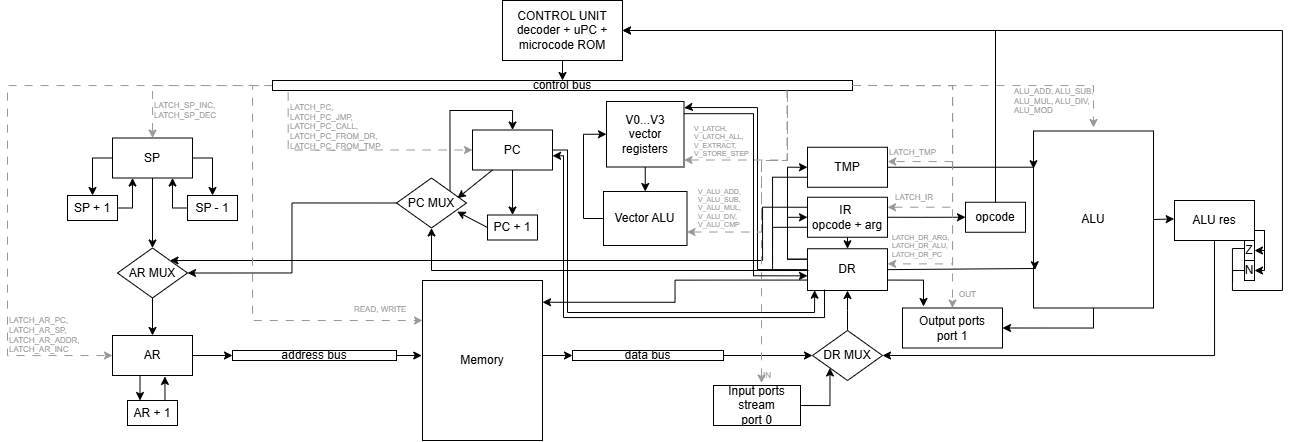
Before: docs/img/datapath.png, a diagram exported from draw.io (kr1v0mr0/lab4csa). Source tidied: cells renumbered, new cells last; positions are measured from the earlier drawing's top-left corner, leaving out a move shared by most shapes.
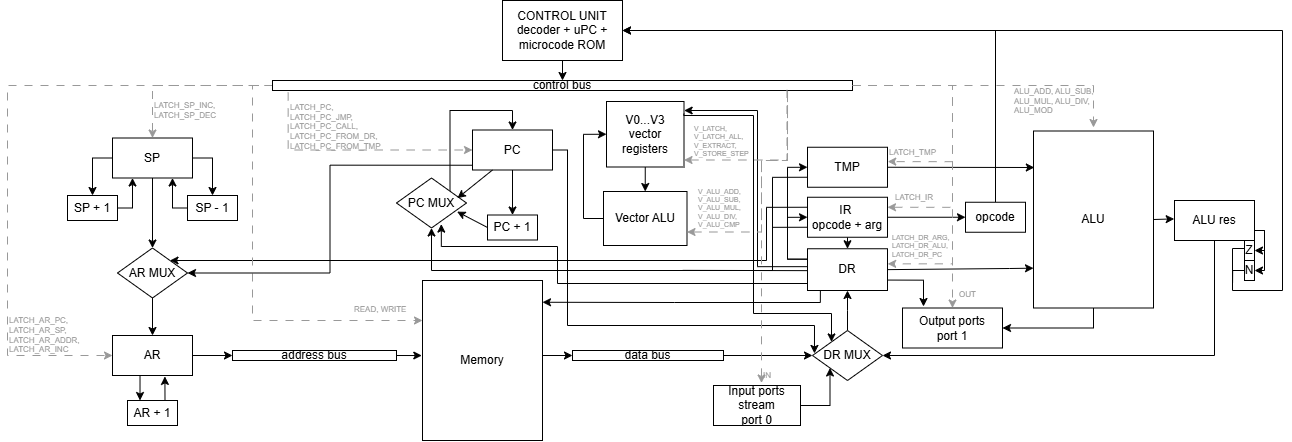
Later version of the same file.

Commit message:
Update README and datapath diagram

What changed in the source:
```diff
@@ -71,12 +71,12 @@
         <mxPoint x="916" y="306" as="targetPoint" />
       </mxGeometry>
     </mxCell>
-    <mxCell id="19" style="edgeStyle=orthogonalEdgeStyle;rounded=0;jettySize=auto;html=1;exitX=0;exitY=0.5;exitDx=0;exitDy=0;entryX=1.002;entryY=0.097;entryDx=0;entryDy=0;entryPerimeter=0;" parent="1" edge="1" source="20" target="39">
+    <mxCell id="19" style="edgeStyle=orthogonalEdgeStyle;rounded=0;jettySize=auto;html=1;exitX=-0.002;exitY=0.429;exitDx=0;exitDy=0;entryX=1.001;entryY=0.127;entryDx=0;entryDy=0;entryPerimeter=0;jumpStyle=arc;exitPerimeter=0;" parent="1" edge="1" source="20" target="39">
       <mxGeometry relative="1" as="geometry">
         <Array as="points">
-          <mxPoint x="750" y="269" />
-          <mxPoint x="750" y="107" />
-          <mxPoint x="679" y="107" />
+          <mxPoint x="750" y="266" />
+          <mxPoint x="750" y="110" />
+          <mxPoint x="677" y="110" />
         </Array>
       </mxGeometry>
     </mxCell>
@@ -98,8 +98,8 @@
     <mxCell id="23" style="edgeStyle=orthogonalEdgeStyle;rounded=0;jettySize=auto;html=1;exitX=0;exitY=0.25;exitDx=0;exitDy=0;entryX=1;entryY=0;entryDx=0;entryDy=0;" parent="1" edge="1" source="25" target="48">
       <mxGeometry relative="1" as="geometry">
         <Array as="points">
-          <mxPoint x="755" y="207" />
-          <mxPoint x="755" y="260" />
+          <mxPoint x="759" y="207" />
+          <mxPoint x="759" y="260" />
         </Array>
       </mxGeometry>
     </mxCell>
@@ -109,7 +109,7 @@
     <mxCell id="25" value="IR&amp;nbsp;&lt;div&gt;opcode + arg&lt;/div&gt;" style="rounded=0;whiteSpace=wrap;html=1;" parent="1" vertex="1">
       <mxGeometry x="800" y="196.8" width="80" height="40" as="geometry" />
     </mxCell>
-    <mxCell id="26" style="edgeStyle=orthogonalEdgeStyle;rounded=0;jettySize=auto;html=1;exitX=0;exitY=0.75;exitDx=0;exitDy=0;endArrow=none;endFill=0;" parent="1" edge="1" source="27">
+    <mxCell id="26" style="edgeStyle=orthogonalEdgeStyle;rounded=0;jettySize=auto;html=1;exitX=0;exitY=0.75;exitDx=0;exitDy=0;endArrow=none;endFill=0;jumpStyle=none;" parent="1" edge="1" source="27">
       <mxGeometry relative="1" as="geometry">
         <mxPoint x="765" y="260" as="targetPoint" />
       </mxGeometry>
@@ -275,7 +275,7 @@
     <mxCell id="66" style="edgeStyle=orthogonalEdgeStyle;rounded=0;orthogonalLoop=1;jettySize=auto;html=1;exitX=0.5;exitY=1;exitDx=0;exitDy=0;" parent="1" edge="1" source="27" target="27">
       <mxGeometry relative="1" as="geometry" />
     </mxCell>
-    <mxCell id="67" style="edgeStyle=orthogonalEdgeStyle;rounded=0;jettySize=auto;html=1;exitX=0;exitY=0.5;exitDx=0;exitDy=0;entryX=1;entryY=0.5;entryDx=0;entryDy=0;" parent="1" edge="1" source="69" target="48">
+    <mxCell id="67" style="edgeStyle=orthogonalEdgeStyle;rounded=0;jettySize=auto;html=1;entryX=1;entryY=0.5;entryDx=0;entryDy=0;exitX=0.014;exitY=0.881;exitDx=0;exitDy=0;exitPerimeter=0;" parent="1" edge="1" source="72" target="48">
       <mxGeometry relative="1" as="geometry" />
     </mxCell>
     <mxCell id="68" style="edgeStyle=orthogonalEdgeStyle;rounded=0;jettySize=auto;html=1;exitX=1;exitY=0;exitDx=0;exitDy=0;entryX=0.5;entryY=0;entryDx=0;entryDy=0;" parent="1" edge="1" target="72">
@@ -293,12 +293,12 @@
     <mxCell id="70" style="edgeStyle=orthogonalEdgeStyle;rounded=0;jettySize=auto;html=1;exitX=0.5;exitY=1;exitDx=0;exitDy=0;entryX=0.5;entryY=0;entryDx=0;entryDy=0;" parent="1" edge="1" source="72" target="73">
       <mxGeometry relative="1" as="geometry" />
     </mxCell>
-    <mxCell id="71" style="edgeStyle=orthogonalEdgeStyle;rounded=0;jettySize=auto;html=1;exitX=1;exitY=0.5;exitDx=0;exitDy=0;entryX=0.089;entryY=0.993;entryDx=0;entryDy=0;entryPerimeter=0;" parent="1" edge="1" source="72" target="20">
+    <mxCell id="71" style="edgeStyle=orthogonalEdgeStyle;rounded=0;jettySize=auto;html=1;exitX=1;exitY=0.5;exitDx=0;exitDy=0;entryX=0.028;entryY=0.459;entryDx=0;entryDy=0;entryPerimeter=0;" parent="1" edge="1" source="72" target="50">
       <mxGeometry relative="1" as="geometry">
         <Array as="points">
-          <mxPoint x="560" y="149" />
-          <mxPoint x="560" y="312" />
-          <mxPoint x="807" y="312" />
+          <mxPoint x="560" y="150" />
+          <mxPoint x="560" y="325" />
+          <mxPoint x="807" y="325" />
         </Array>
       </mxGeometry>
     </mxCell>
@@ -318,27 +318,33 @@
         <mxPoint x="449.6" y="211.1" as="targetPoint" />
       </mxGeometry>
     </mxCell>
-    <mxCell id="76" style="rounded=0;jettySize=auto;html=1;exitX=0;exitY=0.75;exitDx=0;exitDy=0;entryX=1;entryY=0.136;entryDx=0;entryDy=0;entryPerimeter=0;edgeStyle=orthogonalEdgeStyle;" parent="1" edge="1" source="20" target="2">
-      <mxGeometry relative="1" as="geometry" />
+    <mxCell id="76" style="rounded=0;jettySize=auto;html=1;exitX=0.161;exitY=0.998;exitDx=0;exitDy=0;entryX=1;entryY=0.136;entryDx=0;entryDy=0;entryPerimeter=0;edgeStyle=orthogonalEdgeStyle;exitPerimeter=0;" parent="1" edge="1" source="20" target="2">
+      <mxGeometry relative="1" as="geometry">
+        <Array as="points">
+          <mxPoint x="813" y="302" />
+          <mxPoint x="667" y="302" />
+        </Array>
+      </mxGeometry>
     </mxCell>
-    <mxCell id="77" style="edgeStyle=orthogonalEdgeStyle;rounded=0;jettySize=auto;html=1;exitX=1;exitY=0.5;exitDx=0;exitDy=0;entryX=0;entryY=0.213;entryDx=0;entryDy=0;entryPerimeter=0;" parent="1" edge="1" source="27" target="30">
+    <mxCell id="77" style="edgeStyle=orthogonalEdgeStyle;rounded=0;jettySize=auto;html=1;exitX=1;exitY=0.5;exitDx=0;exitDy=0;entryX=0.007;entryY=0.206;entryDx=0;entryDy=0;entryPerimeter=0;" parent="1" edge="1" source="27" target="30">
       <mxGeometry relative="1" as="geometry">
         <Array as="points">
-          <mxPoint x="1026" y="167" />
+          <mxPoint x="1027" y="167" />
         </Array>
       </mxGeometry>
     </mxCell>
-    <mxCell id="78" style="edgeStyle=orthogonalEdgeStyle;rounded=0;jettySize=auto;html=1;exitX=1;exitY=0.5;exitDx=0;exitDy=0;entryX=0.012;entryY=0.784;entryDx=0;entryDy=0;entryPerimeter=0;" parent="1" edge="1" source="20" target="30">
+    <mxCell id="78" style="edgeStyle=orthogonalEdgeStyle;rounded=0;jettySize=auto;html=1;exitX=1;exitY=0.5;exitDx=0;exitDy=0;entryX=0;entryY=0.775;entryDx=0;entryDy=0;entryPerimeter=0;" parent="1" edge="1" source="20" target="30">
       <mxGeometry relative="1" as="geometry">
         <Array as="points">
           <mxPoint x="880" y="268" />
+          <mxPoint x="1002" y="268" />
         </Array>
       </mxGeometry>
     </mxCell>
-    <mxCell id="79" style="endArrow=none;html=1;rounded=0;" parent="1" edge="1">
+    <mxCell id="79" style="endArrow=none;html=1;rounded=0;entryX=-0.002;entryY=0.528;entryDx=0;entryDy=0;entryPerimeter=0;" parent="1" edge="1">
       <mxGeometry relative="1" as="geometry">
-        <mxPoint x="675" y="270" as="sourcePoint" />
-        <mxPoint x="801" y="270" as="targetPoint" />
+        <mxPoint x="675.2" y="269.9" as="sourcePoint" />
+        <mxPoint x="800" y="270.1" as="targetPoint" />
       </mxGeometry>
     </mxCell>
     <mxCell id="80" style="edgeStyle=orthogonalEdgeStyle;rounded=0;jettySize=auto;html=1;exitX=0;exitY=0.5;exitDx=0;exitDy=0;startArrow=classic;startFill=1;endArrow=none;endFill=0;" parent="1" edge="1" source="61">
@@ -426,21 +432,23 @@
     <mxCell id="98" value="IN" style="text;html=1;whiteSpace=wrap;strokeColor=none;fillColor=none;align=left;verticalAlign=middle;rounded=0;fontSize=8;fontColor=#999999;" parent="1" vertex="1">
       <mxGeometry x="754" y="360" width="60" height="30" as="geometry" />
     </mxCell>
-    <mxCell id="99" style="edgeStyle=orthogonalEdgeStyle;rounded=0;jettySize=auto;html=1;endArrow=none;endFill=0;startArrow=classic;startFill=1;exitX=1.001;exitY=0.646;exitDx=0;exitDy=0;exitPerimeter=0;" parent="1" edge="1" source="72">
+    <mxCell id="99" style="edgeStyle=orthogonalEdgeStyle;rounded=0;jettySize=auto;html=1;endArrow=none;endFill=0;startArrow=classic;startFill=1;exitX=0.64;exitY=0.922;exitDx=0;exitDy=0;exitPerimeter=0;" parent="1" edge="1" source="69">
       <mxGeometry relative="1" as="geometry">
-        <mxPoint x="817" y="289" as="targetPoint" />
+        <mxPoint x="800" y="283" as="targetPoint" />
         <Array as="points">
-          <mxPoint x="556" y="155" />
-          <mxPoint x="556" y="317" />
-          <mxPoint x="817" y="317" />
+          <mxPoint x="434" y="246" />
+          <mxPoint x="550" y="246" />
+          <mxPoint x="550" y="283" />
         </Array>
       </mxGeometry>
     </mxCell>
-    <mxCell id="100" style="edgeStyle=orthogonalEdgeStyle;jettySize=auto;html=1;rounded=0;exitX=0.998;exitY=0.186;exitDx=0;exitDy=0;exitPerimeter=0;entryX=0;entryY=0.649;entryDx=0;entryDy=0;entryPerimeter=0;" parent="1" edge="1" source="39" target="20">
+    <mxCell id="100" style="edgeStyle=orthogonalEdgeStyle;jettySize=auto;html=1;rounded=0;exitX=0.998;exitY=0.186;exitDx=0;exitDy=0;exitPerimeter=0;" parent="1" edge="1" source="39" target="50">
       <mxGeometry relative="1" as="geometry">
         <Array as="points">
-          <mxPoint x="746" y="113" />
-          <mxPoint x="746" y="275" />
+          <mxPoint x="676" y="115" />
+          <mxPoint x="746" y="115" />
+          <mxPoint x="746" y="313" />
+          <mxPoint x="824" y="313" />
         </Array>
       </mxGeometry>
     </mxCell>
```
